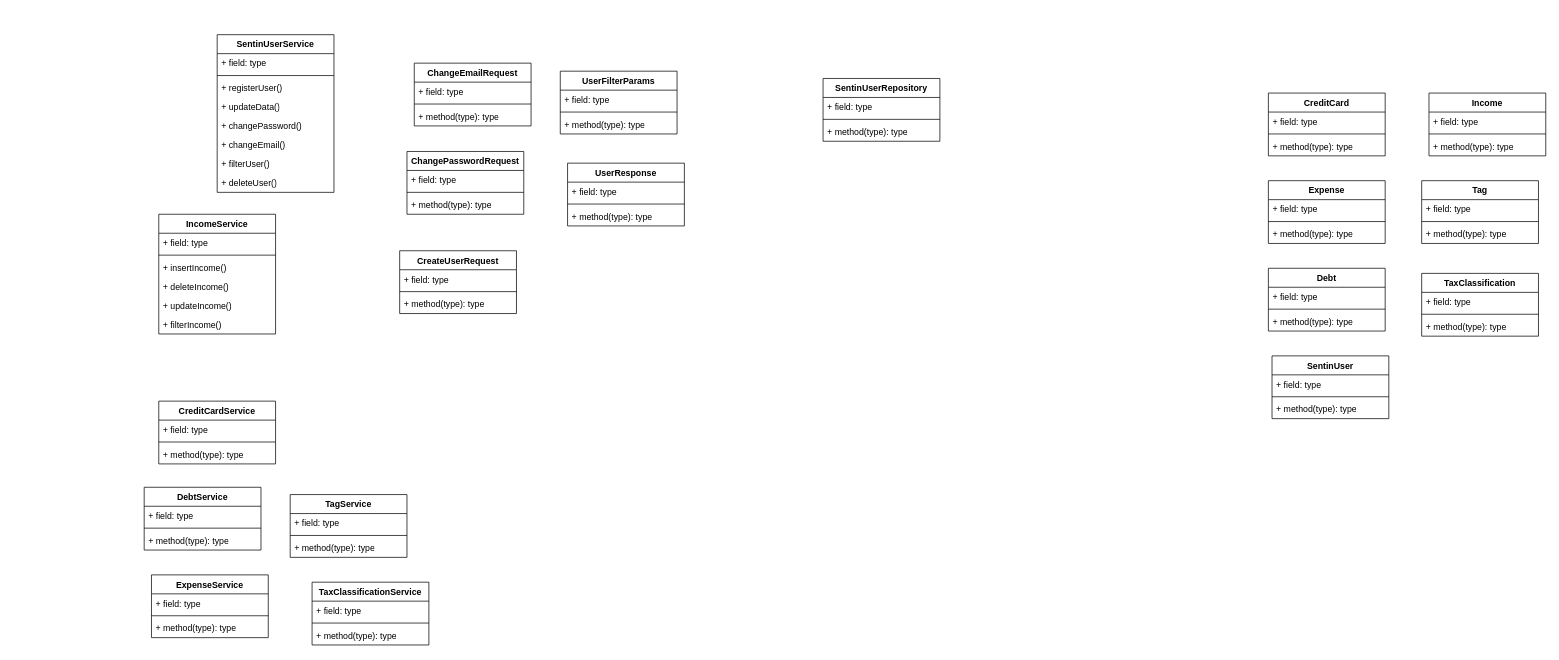
Patgo39/sentin keeps this draw.io diagram as page "Page-2" (2 of 2) of schemas/uml.drawio. Above is the earlier version. Source tidied: cells renumbered, new cells numbered last; positions are measured from the earlier drawing's top-left corner, leaving out a move shared by most shapes. Both pictures are drawn from the tidied source at 73%, with x=0, y=0 at pixel (144, 34).
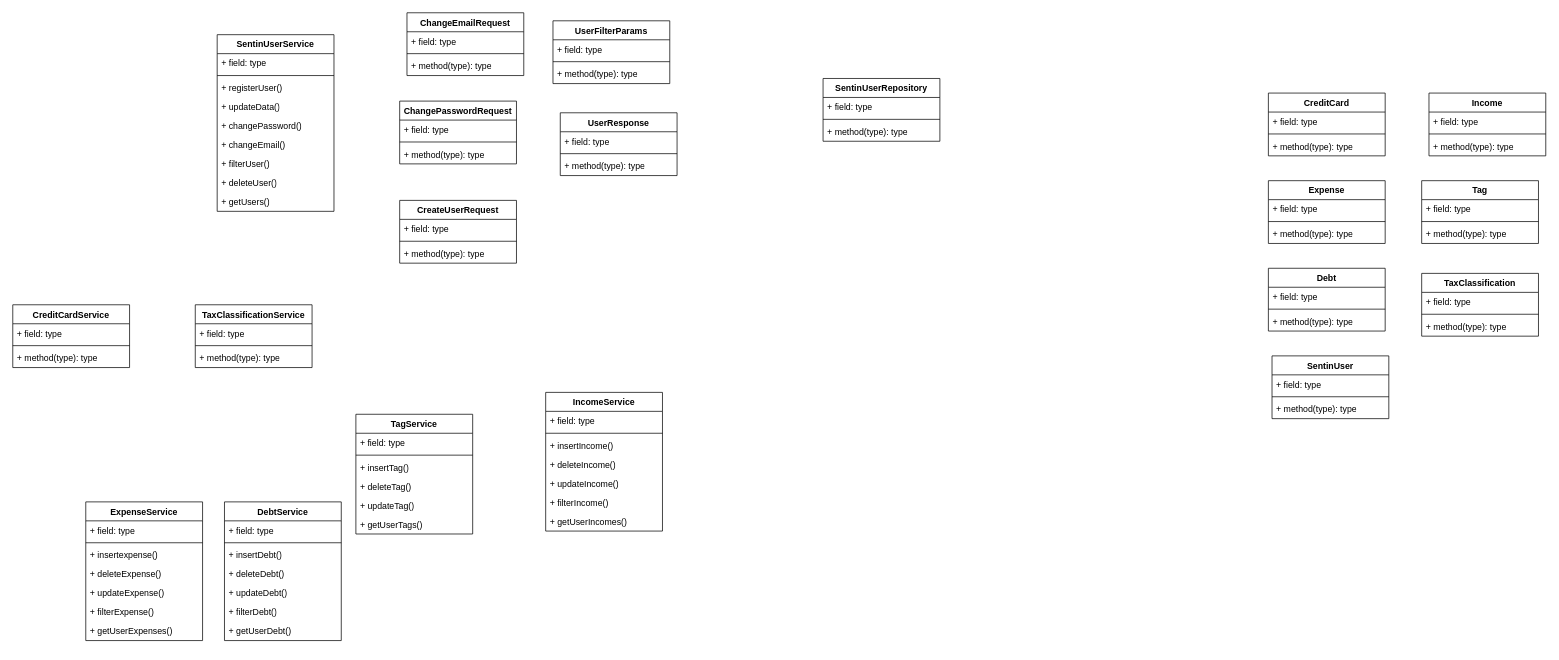
After the change.

The edit, as a diff of the source:
```diff
@@
     <mxCell id="30" value="SentinUserService" style="swimlane;fontStyle=1;align=center;verticalAlign=top;horizontal=1;startSize=26;whiteSpace=wrap;html=1;" parent="1" vertex="1">
-      <mxGeometry x="100" width="160" height="216" as="geometry" />
+      <mxGeometry x="100" width="160" height="242" as="geometry" />
     </mxCell>
@@
+    <mxCell id="90" value="+ getUsers()" style="text;strokeColor=none;fillColor=none;align=left;verticalAlign=top;spacingLeft=4;spacingRight=4;overflow=hidden;whiteSpace=wrap;html=1;" parent="30" vertex="1">
+      <mxGeometry y="216" width="160" height="26" as="geometry" />
+    </mxCell>
     <mxCell id="39" value="ChangeEmailRequest" style="swimlane;fontStyle=1;align=center;verticalAlign=top;horizontal=1;startSize=26;whiteSpace=wrap;html=1;" parent="1" vertex="1">
-      <mxGeometry x="370" y="39" width="160" height="86" as="geometry" />
+      <mxGeometry x="360" y="-30" width="160" height="86" as="geometry" />
     </mxCell>
@@
     <mxCell id="43" value="ChangePasswordRequest" style="swimlane;fontStyle=1;align=center;verticalAlign=top;horizontal=1;startSize=26;whiteSpace=wrap;html=1;" parent="1" vertex="1">
-      <mxGeometry x="360" y="160" width="160" height="86" as="geometry" />
+      <mxGeometry x="350" y="91" width="160" height="86" as="geometry" />
     </mxCell>
@@
     <mxCell id="47" value="CreateUserRequest" style="swimlane;fontStyle=1;align=center;verticalAlign=top;horizontal=1;startSize=26;whiteSpace=wrap;html=1;" parent="1" vertex="1">
-      <mxGeometry x="350" y="296" width="160" height="86" as="geometry" />
+      <mxGeometry x="350" y="227" width="160" height="86" as="geometry" />
     </mxCell>
@@
     <mxCell id="51" value="UserFilterParams" style="swimlane;fontStyle=1;align=center;verticalAlign=top;horizontal=1;startSize=26;whiteSpace=wrap;html=1;" parent="1" vertex="1">
-      <mxGeometry x="570" y="50" width="160" height="86" as="geometry" />
+      <mxGeometry x="560" y="-19" width="160" height="86" as="geometry" />
     </mxCell>
@@
     <mxCell id="55" value="UserResponse" style="swimlane;fontStyle=1;align=center;verticalAlign=top;horizontal=1;startSize=26;whiteSpace=wrap;html=1;" parent="1" vertex="1">
-      <mxGeometry x="580" y="176" width="160" height="86" as="geometry" />
+      <mxGeometry x="570" y="107" width="160" height="86" as="geometry" />
     </mxCell>
@@
     <mxCell id="59" value="IncomeService" style="swimlane;fontStyle=1;align=center;verticalAlign=top;horizontal=1;startSize=26;whiteSpace=wrap;html=1;" parent="1" vertex="1">
-      <mxGeometry x="20" y="246" width="160" height="164" as="geometry" />
+      <mxGeometry x="550" y="490" width="160" height="190" as="geometry" />
     </mxCell>
@@
+    <mxCell id="91" value="+ getUserIncomes()" style="text;strokeColor=none;fillColor=none;align=left;verticalAlign=top;spacingLeft=4;spacingRight=4;overflow=hidden;whiteSpace=wrap;html=1;" parent="59" vertex="1">
+      <mxGeometry y="164" width="160" height="26" as="geometry" />
+    </mxCell>
     <mxCell id="66" value="CreditCardService" style="swimlane;fontStyle=1;align=center;verticalAlign=top;horizontal=1;startSize=26;whiteSpace=wrap;html=1;" parent="1" vertex="1">
-      <mxGeometry x="20" y="502" width="160" height="86" as="geometry" />
+      <mxGeometry x="-180" y="370" width="160" height="86" as="geometry" />
     </mxCell>
@@
-    <mxCell id="70" value="DebtService" style="swimlane;fontStyle=1;align=center;verticalAlign=top;horizontal=1;startSize=26;whiteSpace=wrap;html=1;" parent="1" vertex="1">
-      <mxGeometry y="620" width="160" height="86" as="geometry" />
-    </mxCell>
-    <mxCell id="71" value="+ field: type" style="text;strokeColor=none;fillColor=none;align=left;verticalAlign=top;spacingLeft=4;spacingRight=4;overflow=hidden;whiteSpace=wrap;html=1;" parent="70" vertex="1">
-      <mxGeometry y="26" width="160" height="26" as="geometry" />
-    </mxCell>
-    <mxCell id="72" style="line;strokeWidth=1;fillColor=none;align=left;verticalAlign=middle;spacingTop=-1;spacingLeft=3;spacingRight=3;labelPosition=right;strokeColor=inherit;" parent="70" vertex="1">
-      <mxGeometry y="52" width="160" height="8" as="geometry" />
-    </mxCell>
-    <mxCell id="73" value="+ method(type): type" style="text;strokeColor=none;fillColor=none;align=left;verticalAlign=top;spacingLeft=4;spacingRight=4;overflow=hidden;whiteSpace=wrap;html=1;" parent="70" vertex="1">
-      <mxGeometry y="60" width="160" height="26" as="geometry" />
-    </mxCell>
-    <mxCell id="74" value="ExpenseService" style="swimlane;fontStyle=1;align=center;verticalAlign=top;horizontal=1;startSize=26;whiteSpace=wrap;html=1;" parent="1" vertex="1">
-      <mxGeometry x="10" y="740" width="160" height="86" as="geometry" />
-    </mxCell>
-    <mxCell id="75" value="+ field: type" style="text;strokeColor=none;fillColor=none;align=left;verticalAlign=top;spacingLeft=4;spacingRight=4;overflow=hidden;whiteSpace=wrap;html=1;" parent="74" vertex="1">
-      <mxGeometry y="26" width="160" height="26" as="geometry" />
-    </mxCell>
-    <mxCell id="76" style="line;strokeWidth=1;fillColor=none;align=left;verticalAlign=middle;spacingTop=-1;spacingLeft=3;spacingRight=3;labelPosition=right;strokeColor=inherit;" parent="74" vertex="1">
-      <mxGeometry y="52" width="160" height="8" as="geometry" />
-    </mxCell>
-    <mxCell id="77" value="+ method(type): type" style="text;strokeColor=none;fillColor=none;align=left;verticalAlign=top;spacingLeft=4;spacingRight=4;overflow=hidden;whiteSpace=wrap;html=1;" parent="74" vertex="1">
-      <mxGeometry y="60" width="160" height="26" as="geometry" />
-    </mxCell>
     <mxCell id="78" value="TagService" style="swimlane;fontStyle=1;align=center;verticalAlign=top;horizontal=1;startSize=26;whiteSpace=wrap;html=1;" parent="1" vertex="1">
-      <mxGeometry x="200" y="630" width="160" height="86" as="geometry" />
+      <mxGeometry x="290" y="520" width="160" height="164" as="geometry" />
     </mxCell>
@@
-    <mxCell id="81" value="+ method(type): type" style="text;strokeColor=none;fillColor=none;align=left;verticalAlign=top;spacingLeft=4;spacingRight=4;overflow=hidden;whiteSpace=wrap;html=1;" parent="78" vertex="1">
+    <mxCell id="81" value="+ insertTag()" style="text;strokeColor=none;fillColor=none;align=left;verticalAlign=top;spacingLeft=4;spacingRight=4;overflow=hidden;whiteSpace=wrap;html=1;" parent="78" vertex="1">
       <mxGeometry y="60" width="160" height="26" as="geometry" />
     </mxCell>
+    <mxCell id="92" value="+ deleteTag()" style="text;strokeColor=none;fillColor=none;align=left;verticalAlign=top;spacingLeft=4;spacingRight=4;overflow=hidden;whiteSpace=wrap;html=1;" parent="78" vertex="1">
+      <mxGeometry y="86" width="160" height="26" as="geometry" />
+    </mxCell>
+    <mxCell id="93" value="+ updateTag()" style="text;strokeColor=none;fillColor=none;align=left;verticalAlign=top;spacingLeft=4;spacingRight=4;overflow=hidden;whiteSpace=wrap;html=1;" parent="78" vertex="1">
+      <mxGeometry y="112" width="160" height="26" as="geometry" />
+    </mxCell>
+    <mxCell id="94" value="+ getUserTags()" style="text;strokeColor=none;fillColor=none;align=left;verticalAlign=top;spacingLeft=4;spacingRight=4;overflow=hidden;whiteSpace=wrap;html=1;" parent="78" vertex="1">
+      <mxGeometry y="138" width="160" height="26" as="geometry" />
+    </mxCell>
     <mxCell id="82" value="TaxClassificationService" style="swimlane;fontStyle=1;align=center;verticalAlign=top;horizontal=1;startSize=26;whiteSpace=wrap;html=1;" parent="1" vertex="1">
-      <mxGeometry x="230" y="750" width="160" height="86" as="geometry" />
+      <mxGeometry x="70" y="370" width="160" height="86" as="geometry" />
     </mxCell>
@@
+    <mxCell id="74" value="ExpenseService&lt;div&gt;&lt;br&gt;&lt;/div&gt;" style="swimlane;fontStyle=1;align=center;verticalAlign=top;horizontal=1;startSize=26;whiteSpace=wrap;html=1;" parent="1" vertex="1">
+      <mxGeometry x="-80" y="640" width="160" height="190" as="geometry" />
+    </mxCell>
+    <mxCell id="95" value="+ field: type" style="text;strokeColor=none;fillColor=none;align=left;verticalAlign=top;spacingLeft=4;spacingRight=4;overflow=hidden;whiteSpace=wrap;html=1;" parent="74" vertex="1">
+      <mxGeometry y="26" width="160" height="26" as="geometry" />
+    </mxCell>
+    <mxCell id="96" style="line;strokeWidth=1;fillColor=none;align=left;verticalAlign=middle;spacingTop=-1;spacingLeft=3;spacingRight=3;labelPosition=right;strokeColor=inherit;" parent="74" vertex="1">
+      <mxGeometry y="52" width="160" height="8" as="geometry" />
+    </mxCell>
+    <mxCell id="97" value="+ insertexpense()&lt;div&gt;&lt;br&gt;&lt;/div&gt;" style="text;strokeColor=none;fillColor=none;align=left;verticalAlign=top;spacingLeft=4;spacingRight=4;overflow=hidden;whiteSpace=wrap;html=1;" parent="74" vertex="1">
+      <mxGeometry y="60" width="160" height="26" as="geometry" />
+    </mxCell>
+    <mxCell id="98" value="+ deleteExpense()" style="text;strokeColor=none;fillColor=none;align=left;verticalAlign=top;spacingLeft=4;spacingRight=4;overflow=hidden;whiteSpace=wrap;html=1;" parent="74" vertex="1">
+      <mxGeometry y="86" width="160" height="26" as="geometry" />
+    </mxCell>
+    <mxCell id="99" value="+ updateExpense()" style="text;strokeColor=none;fillColor=none;align=left;verticalAlign=top;spacingLeft=4;spacingRight=4;overflow=hidden;whiteSpace=wrap;html=1;" parent="74" vertex="1">
+      <mxGeometry y="112" width="160" height="26" as="geometry" />
+    </mxCell>
+    <mxCell id="100" value="+ filterExpense()" style="text;strokeColor=none;fillColor=none;align=left;verticalAlign=top;spacingLeft=4;spacingRight=4;overflow=hidden;whiteSpace=wrap;html=1;" parent="74" vertex="1">
+      <mxGeometry y="138" width="160" height="26" as="geometry" />
+    </mxCell>
+    <mxCell id="101" value="+ getUserExpenses()" style="text;strokeColor=none;fillColor=none;align=left;verticalAlign=top;spacingLeft=4;spacingRight=4;overflow=hidden;whiteSpace=wrap;html=1;" parent="74" vertex="1">
+      <mxGeometry y="164" width="160" height="26" as="geometry" />
+    </mxCell>
+    <mxCell id="70" value="DebtService&lt;div&gt;&lt;br&gt;&lt;/div&gt;" style="swimlane;fontStyle=1;align=center;verticalAlign=top;horizontal=1;startSize=26;whiteSpace=wrap;html=1;" parent="1" vertex="1">
+      <mxGeometry x="110" y="640" width="160" height="190" as="geometry" />
+    </mxCell>
+    <mxCell id="102" value="+ field: type" style="text;strokeColor=none;fillColor=none;align=left;verticalAlign=top;spacingLeft=4;spacingRight=4;overflow=hidden;whiteSpace=wrap;html=1;" parent="70" vertex="1">
+      <mxGeometry y="26" width="160" height="26" as="geometry" />
+    </mxCell>
+    <mxCell id="103" style="line;strokeWidth=1;fillColor=none;align=left;verticalAlign=middle;spacingTop=-1;spacingLeft=3;spacingRight=3;labelPosition=right;strokeColor=inherit;" parent="70" vertex="1">
+      <mxGeometry y="52" width="160" height="8" as="geometry" />
+    </mxCell>
+    <mxCell id="104" value="+ insertDebt()&lt;div&gt;&lt;br&gt;&lt;/div&gt;" style="text;strokeColor=none;fillColor=none;align=left;verticalAlign=top;spacingLeft=4;spacingRight=4;overflow=hidden;whiteSpace=wrap;html=1;" parent="70" vertex="1">
+      <mxGeometry y="60" width="160" height="26" as="geometry" />
+    </mxCell>
+    <mxCell id="105" value="+ deleteDebt()" style="text;strokeColor=none;fillColor=none;align=left;verticalAlign=top;spacingLeft=4;spacingRight=4;overflow=hidden;whiteSpace=wrap;html=1;" parent="70" vertex="1">
+      <mxGeometry y="86" width="160" height="26" as="geometry" />
+    </mxCell>
+    <mxCell id="106" value="+ updateDebt()" style="text;strokeColor=none;fillColor=none;align=left;verticalAlign=top;spacingLeft=4;spacingRight=4;overflow=hidden;whiteSpace=wrap;html=1;" parent="70" vertex="1">
+      <mxGeometry y="112" width="160" height="26" as="geometry" />
+    </mxCell>
+    <mxCell id="107" value="+ filterDebt()" style="text;strokeColor=none;fillColor=none;align=left;verticalAlign=top;spacingLeft=4;spacingRight=4;overflow=hidden;whiteSpace=wrap;html=1;" parent="70" vertex="1">
+      <mxGeometry y="138" width="160" height="26" as="geometry" />
+    </mxCell>
+    <mxCell id="108" value="+ getUserDebt()" style="text;strokeColor=none;fillColor=none;align=left;verticalAlign=top;spacingLeft=4;spacingRight=4;overflow=hidden;whiteSpace=wrap;html=1;" parent="70" vertex="1">
+      <mxGeometry y="164" width="160" height="26" as="geometry" />
+    </mxCell>
```
